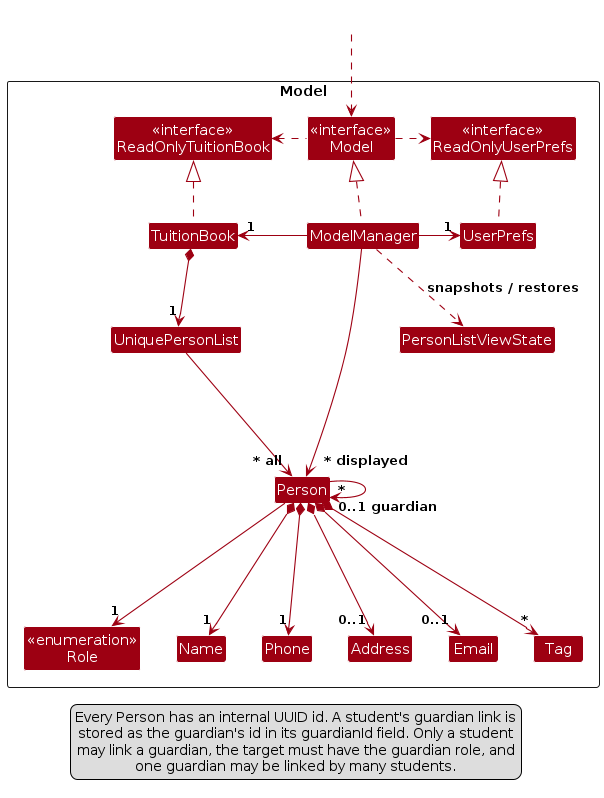
This is diagrams/ModelClassDiagram.png from AY2627S1-CS2103T-T16-2/tp, a PlantUML export, as it was before one commit. Its source is kept beside it as diagrams/ModelClassDiagram.puml.
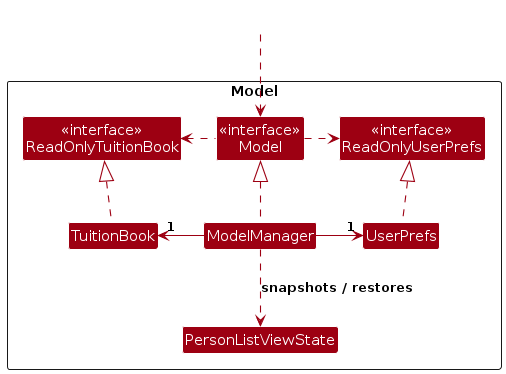
After the commit.

What changed in the source:
```diff
@@ -12,17 +12,6 @@
 Class PersonListViewState
 Class ModelManager
 Class UserPrefs
-
-Class UniquePersonList
-Class Person
-Class "<<enumeration>>\nRole" as Role
-Class Address
-Class Email
-Class Name
-Class Phone
-Class Tag
-
-Class I #FFFFFF
 }
 
 Class HiddenOutside #FFFFFF
@@ -37,31 +26,5 @@
 ModelManager -right-> "1" UserPrefs
 UserPrefs .up.|> ReadOnlyUserPrefs
 
-TuitionBook *--> "1" UniquePersonList
-UniquePersonList --> "~* all" Person
-Person ---> "1" Role
-Person *---> "1" Name
-Person *---> "1" Phone
-Person *---> "0..1" Email
-Person *---> "0..1" Address
-Person *---> "*" Tag
-Person "*" --> "0..1 guardian" Person
-
-Person -[hidden]up--> I
-UniquePersonList -[hidden]right-> I
-
-Role -[hidden]right-> Name
-Name -[hidden]right-> Phone
-Phone -[hidden]right-> Address
-Address -[hidden]right-> Email
-
-ModelManager --> "~* displayed" Person
 ModelManager ..> PersonListViewState : snapshots / restores
-
-legend bottom
-  Every Person has an internal UUID id. A student's guardian link is
-  stored as the guardian's id in its guardianId field. Only a student
-  may link a guardian, the target must have the guardian role, and
-  one guardian may be linked by many students.
-end legend
 @enduml
```
